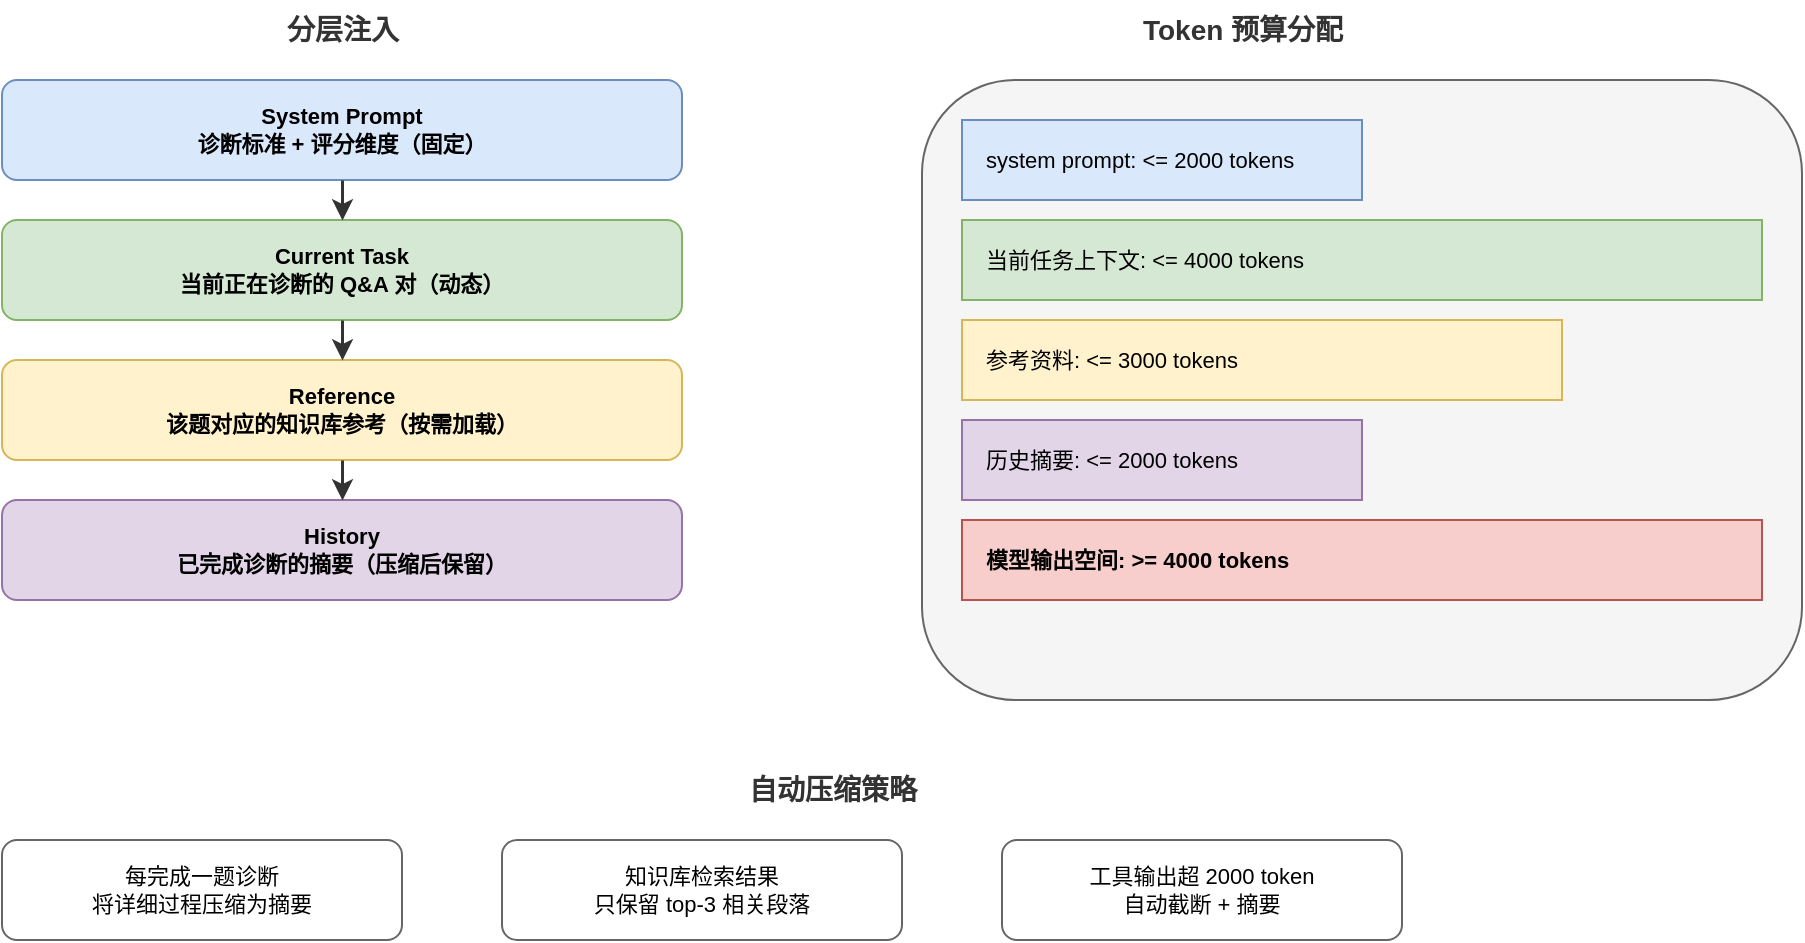
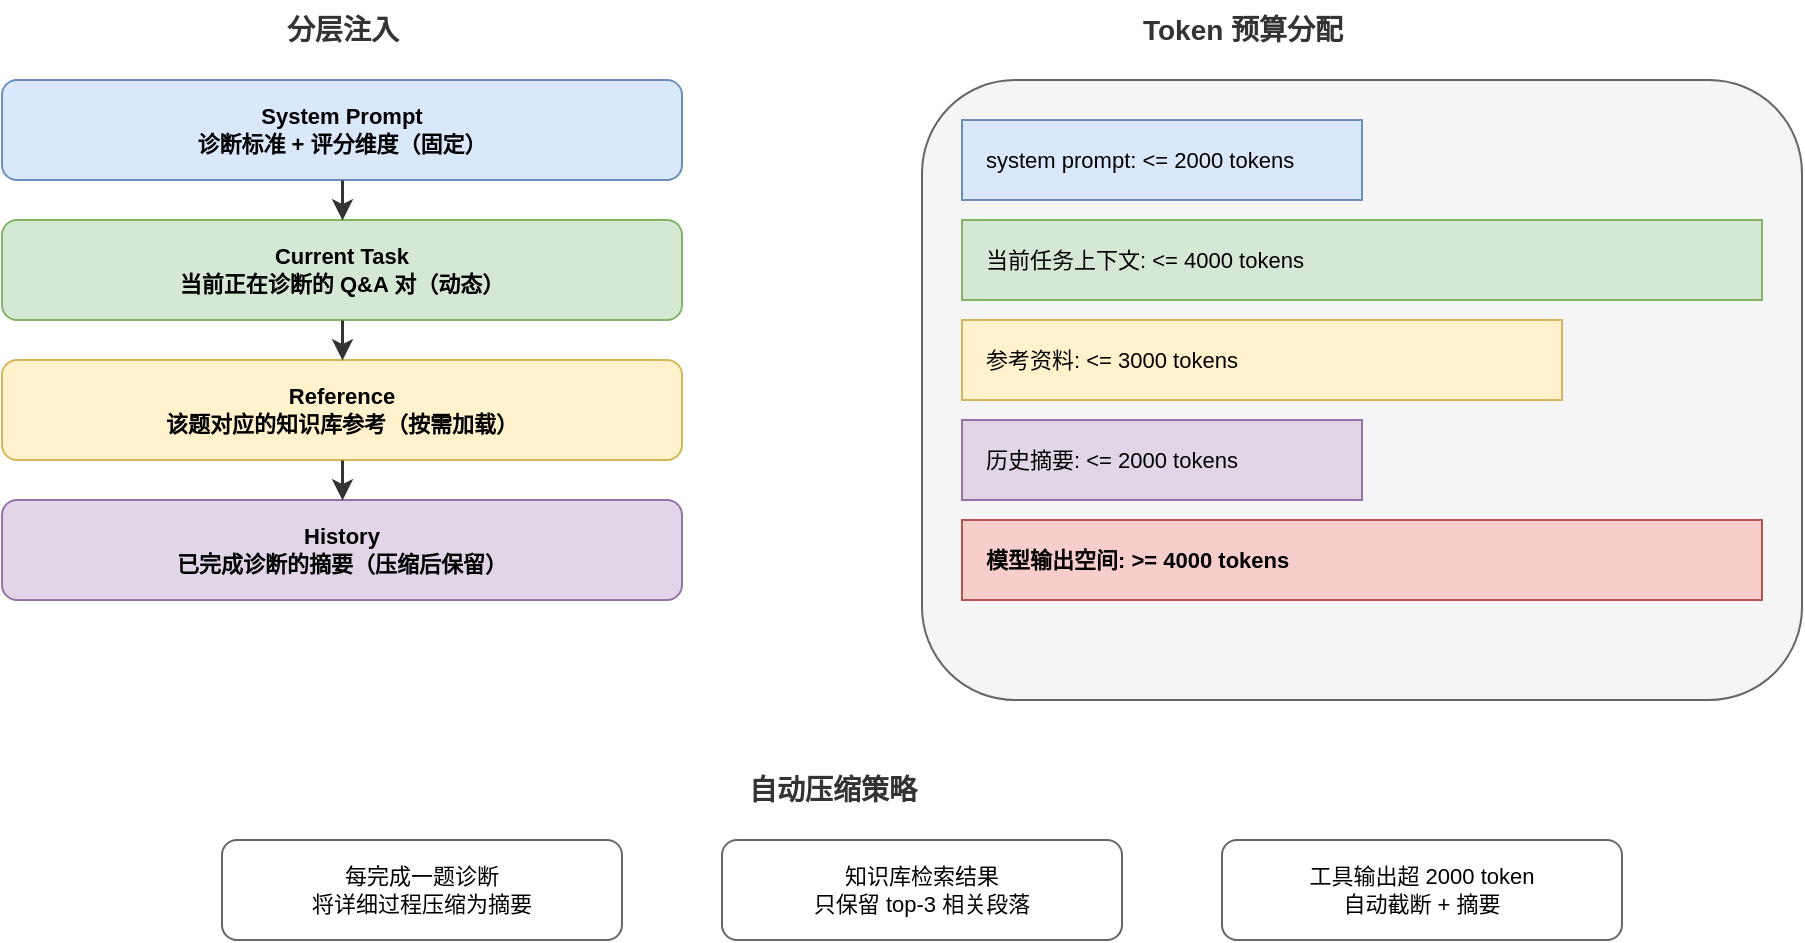
<?xml version="1.0" encoding="UTF-8"?>
<mxfile host="drawio" version="26.0.0">
  <diagram name="Page-1">
    <mxGraphModel dx="1000" dy="750" grid="1" gridSize="10" guides="1" tooltips="1" connect="1" arrows="1" fold="1" page="1" pageScale="1" pageWidth="1000" pageHeight="750" math="0" shadow="0">
      <root>
        <mxCell id="0" />
        <mxCell id="1" parent="0" />

        <!-- Left: Layered Injection -->
        <mxCell id="left_title" value="分层注入" style="text;html=1;align=center;verticalAlign=middle;resizable=0;points=[];autosize=1;strokeColor=none;fillColor=none;fontSize=14;fontStyle=1;fontColor=#333333;" vertex="1" parent="1">
          <mxGeometry x="170" y="10" width="80" height="30" as="geometry" />
        </mxCell>

        <mxCell id="l1" value="System Prompt&#xa;诊断标准 + 评分维度（固定）" style="rounded=1;whiteSpace=wrap;html=1;fillColor=#dae8fc;strokeColor=#6c8ebf;fontSize=11;fontStyle=1;" vertex="1" parent="1">
          <mxGeometry x="40" y="50" width="340" height="50" as="geometry" />
        </mxCell>
        <mxCell id="l2" value="Current Task&#xa;当前正在诊断的 Q&amp;A 对（动态）" style="rounded=1;whiteSpace=wrap;html=1;fillColor=#d5e8d4;strokeColor=#82b366;fontSize=11;fontStyle=1;" vertex="1" parent="1">
          <mxGeometry x="40" y="120" width="340" height="50" as="geometry" />
        </mxCell>
        <mxCell id="l3" value="Reference&#xa;该题对应的知识库参考（按需加载）" style="rounded=1;whiteSpace=wrap;html=1;fillColor=#fff2cc;strokeColor=#d6b656;fontSize=11;fontStyle=1;" vertex="1" parent="1">
          <mxGeometry x="40" y="190" width="340" height="50" as="geometry" />
        </mxCell>
        <mxCell id="l4" value="History&#xa;已完成诊断的摘要（压缩后保留）" style="rounded=1;whiteSpace=wrap;html=1;fillColor=#e1d5e7;strokeColor=#9673a6;fontSize=11;fontStyle=1;" vertex="1" parent="1">
          <mxGeometry x="40" y="260" width="340" height="50" as="geometry" />
        </mxCell>

        <!-- Arrows between layers -->
        <mxCell id="la1" value="" style="edgeStyle=orthogonalEdgeStyle;rounded=1;orthogonalLoop=1;jettySize=auto;html=1;strokeColor=#333333;strokeWidth=1.5;exitX=0.5;exitY=1;exitDx=0;exitDy=0;entryX=0.5;entryY=0;entryDx=0;entryDy=0;" edge="1" parent="1" source="l1" target="l2">
          <mxGeometry relative="1" as="geometry" />
        </mxCell>
        <mxCell id="la2" value="" style="edgeStyle=orthogonalEdgeStyle;rounded=1;orthogonalLoop=1;jettySize=auto;html=1;strokeColor=#333333;strokeWidth=1.5;exitX=0.5;exitY=1;exitDx=0;exitDy=0;entryX=0.5;entryY=0;entryDx=0;entryDy=0;" edge="1" parent="1" source="l2" target="l3">
          <mxGeometry relative="1" as="geometry" />
        </mxCell>
        <mxCell id="la3" value="" style="edgeStyle=orthogonalEdgeStyle;rounded=1;orthogonalLoop=1;jettySize=auto;html=1;strokeColor=#333333;strokeWidth=1.5;exitX=0.5;exitY=1;exitDx=0;exitDy=0;entryX=0.5;entryY=0;entryDx=0;entryDy=0;" edge="1" parent="1" source="l3" target="l4">
          <mxGeometry relative="1" as="geometry" />
        </mxCell>

        <!-- Right: Token Budget -->
        <mxCell id="right_title" value="Token 预算分配" style="text;html=1;align=center;verticalAlign=middle;resizable=0;points=[];autosize=1;strokeColor=none;fillColor=none;fontSize=14;fontStyle=1;fontColor=#333333;" vertex="1" parent="1">
          <mxGeometry x="600" y="10" width="120" height="30" as="geometry" />
        </mxCell>

        <mxCell id="budget_box" value="" style="rounded=1;whiteSpace=wrap;html=1;fillColor=#f5f5f5;strokeColor=#666666;fontSize=11;" vertex="1" parent="1">
          <mxGeometry x="500" y="50" width="440" height="310" as="geometry" />
        </mxCell>

        <!-- Budget bars (stacked horizontal bars) -->
        <mxCell id="b1" value="system prompt: &lt;= 2000 tokens" style="rounded=0;whiteSpace=wrap;html=1;fillColor=#dae8fc;strokeColor=#6c8ebf;fontSize=11;align=left;spacingLeft=10;" vertex="1" parent="1">
          <mxGeometry x="520" y="70" width="200" height="40" as="geometry" />
        </mxCell>
        <mxCell id="b2" value="当前任务上下文: &lt;= 4000 tokens" style="rounded=0;whiteSpace=wrap;html=1;fillColor=#d5e8d4;strokeColor=#82b366;fontSize=11;align=left;spacingLeft=10;" vertex="1" parent="1">
          <mxGeometry x="520" y="120" width="400" height="40" as="geometry" />
        </mxCell>
        <mxCell id="b3" value="参考资料: &lt;= 3000 tokens" style="rounded=0;whiteSpace=wrap;html=1;fillColor=#fff2cc;strokeColor=#d6b656;fontSize=11;align=left;spacingLeft=10;" vertex="1" parent="1">
          <mxGeometry x="520" y="170" width="300" height="40" as="geometry" />
        </mxCell>
        <mxCell id="b4" value="历史摘要: &lt;= 2000 tokens" style="rounded=0;whiteSpace=wrap;html=1;fillColor=#e1d5e7;strokeColor=#9673a6;fontSize=11;align=left;spacingLeft=10;" vertex="1" parent="1">
          <mxGeometry x="520" y="220" width="200" height="40" as="geometry" />
        </mxCell>
        <mxCell id="b5" value="模型输出空间: &gt;= 4000 tokens" style="rounded=0;whiteSpace=wrap;html=1;fillColor=#f8cecc;strokeColor=#b85450;fontSize=11;align=left;spacingLeft=10;fontStyle=1;" vertex="1" parent="1">
          <mxGeometry x="520" y="270" width="400" height="40" as="geometry" />
        </mxCell>

        <!-- Bottom: Compression strategies -->
        <mxCell id="comp_title" value="自动压缩策略" style="text;html=1;align=center;verticalAlign=middle;resizable=0;points=[];autosize=1;strokeColor=none;fillColor=none;fontSize=14;fontStyle=1;fontColor=#333333;" vertex="1" parent="1">
          <mxGeometry x="400" y="390" width="110" height="30" as="geometry" />
        </mxCell>
        <mxCell id="c1" value="每完成一题诊断&#xa;将详细过程压缩为摘要" style="rounded=1;whiteSpace=wrap;html=1;fillColor=#FFFFFF;strokeColor=#666666;fontSize=11;" vertex="1" parent="1">
-           <mxGeometry x="40" y="430" width="200" height="50" as="geometry" />
+           <mxGeometry x="150" y="430" width="200" height="50" as="geometry" />
        </mxCell>
        <mxCell id="c2" value="知识库检索结果&#xa;只保留 top-3 相关段落" style="rounded=1;whiteSpace=wrap;html=1;fillColor=#FFFFFF;strokeColor=#666666;fontSize=11;" vertex="1" parent="1">
-           <mxGeometry x="290" y="430" width="200" height="50" as="geometry" />
+           <mxGeometry x="400" y="430" width="200" height="50" as="geometry" />
        </mxCell>
        <mxCell id="c3" value="工具输出超 2000 token&#xa;自动截断 + 摘要" style="rounded=1;whiteSpace=wrap;html=1;fillColor=#FFFFFF;strokeColor=#666666;fontSize=11;" vertex="1" parent="1">
-           <mxGeometry x="540" y="430" width="200" height="50" as="geometry" />
+           <mxGeometry x="650" y="430" width="200" height="50" as="geometry" />
        </mxCell>
      </root>
    </mxGraphModel>
  </diagram>
</mxfile>
